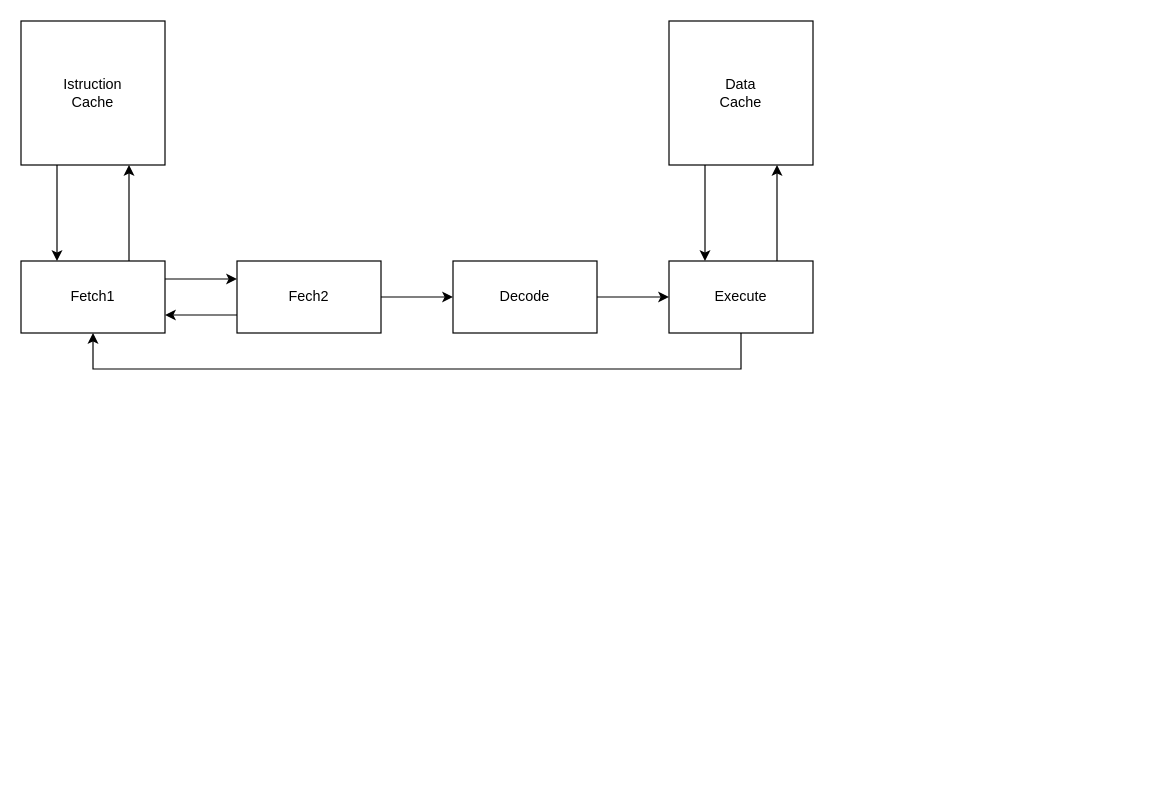
The90Frank/MinorArmAnalyzer keeps this draw.io diagram as Diagrammi/MinorArm.drawio. Above is the earlier version. Source tidied: cells renumbered, new cells numbered last; positions are measured from the earlier drawing's top-left corner, leaving out a move shared by most shapes. Both pictures are drawn from the tidied source at 120%, with x=0, y=0 at pixel (20, 20).
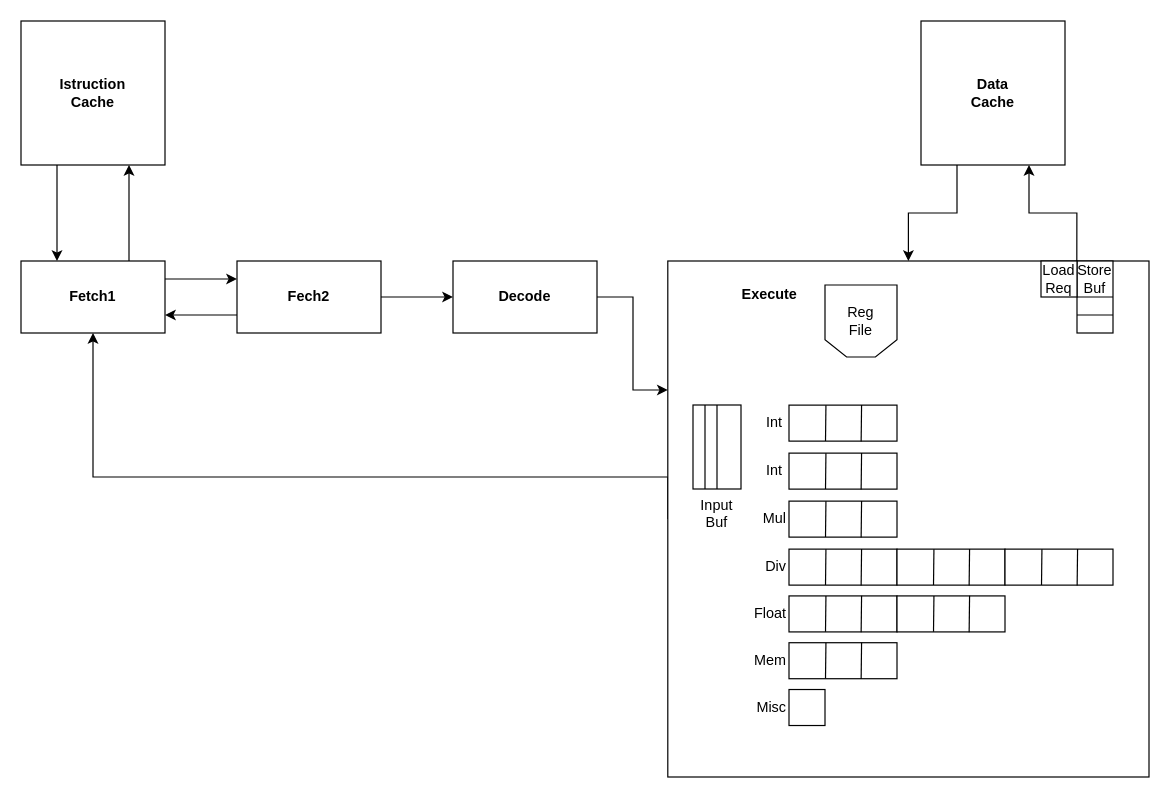
The same diagram, later.

The edit, as a diff of the source:
```diff
@@
-    <mxCell id="2" style="edgeStyle=orthogonalEdgeStyle;rounded=0;jettySize=auto;html=1;exitX=0.25;exitY=1;exitDx=0;exitDy=0;entryX=0.25;entryY=0;entryDx=0;entryDy=0;" parent="1" edge="1" source="3" target="6">
+    <mxCell id="2" style="edgeStyle=orthogonalEdgeStyle;rounded=0;jettySize=auto;html=1;exitX=0.25;exitY=1;exitDx=0;exitDy=0;entryX=0.25;entryY=0;entryDx=0;entryDy=0;fontStyle=1;" parent="1" edge="1" source="3" target="6">
       <mxGeometry relative="1" as="geometry" />
     </mxCell>
-    <mxCell id="3" value="Istruction&lt;br&gt;Cache" style="rounded=0;whiteSpace=wrap;html=1;" parent="1" vertex="1">
+    <mxCell id="3" value="Istruction&lt;br&gt;Cache" style="rounded=0;whiteSpace=wrap;html=1;fontStyle=1;" parent="1" vertex="1">
       <mxGeometry width="120" height="120" as="geometry" />
     </mxCell>
-    <mxCell id="4" style="edgeStyle=orthogonalEdgeStyle;rounded=0;jettySize=auto;html=1;exitX=0.75;exitY=0;exitDx=0;exitDy=0;entryX=0.75;entryY=1;entryDx=0;entryDy=0;" parent="1" edge="1" source="6" target="3">
+    <mxCell id="4" style="edgeStyle=orthogonalEdgeStyle;rounded=0;jettySize=auto;html=1;exitX=0.75;exitY=0;exitDx=0;exitDy=0;entryX=0.75;entryY=1;entryDx=0;entryDy=0;fontStyle=1;" parent="1" edge="1" source="6" target="3">
       <mxGeometry relative="1" as="geometry" />
     </mxCell>
-    <mxCell id="5" style="edgeStyle=orthogonalEdgeStyle;rounded=0;jettySize=auto;html=1;exitX=1;exitY=0.25;exitDx=0;exitDy=0;entryX=0;entryY=0.25;entryDx=0;entryDy=0;" parent="1" edge="1" source="6" target="9">
+    <mxCell id="5" style="edgeStyle=orthogonalEdgeStyle;rounded=0;jettySize=auto;html=1;exitX=1;exitY=0.25;exitDx=0;exitDy=0;entryX=0;entryY=0.25;entryDx=0;entryDy=0;fontStyle=1;" parent="1" edge="1" source="6" target="9">
       <mxGeometry relative="1" as="geometry" />
     </mxCell>
-    <mxCell id="6" value="Fetch1" style="rounded=0;whiteSpace=wrap;html=1;" parent="1" vertex="1">
+    <mxCell id="6" value="Fetch1" style="rounded=0;whiteSpace=wrap;html=1;fontStyle=1;" parent="1" vertex="1">
       <mxGeometry y="200" width="120" height="60" as="geometry" />
     </mxCell>
-    <mxCell id="7" style="edgeStyle=orthogonalEdgeStyle;rounded=0;jettySize=auto;html=1;exitX=0;exitY=0.75;exitDx=0;exitDy=0;entryX=1;entryY=0.75;entryDx=0;entryDy=0;" parent="1" edge="1" source="9" target="6">
+    <mxCell id="7" style="edgeStyle=orthogonalEdgeStyle;rounded=0;jettySize=auto;html=1;exitX=0;exitY=0.75;exitDx=0;exitDy=0;entryX=1;entryY=0.75;entryDx=0;entryDy=0;fontStyle=1;" parent="1" edge="1" source="9" target="6">
       <mxGeometry relative="1" as="geometry" />
     </mxCell>
-    <mxCell id="8" style="edgeStyle=orthogonalEdgeStyle;rounded=0;jettySize=auto;html=1;exitX=1;exitY=0.5;exitDx=0;exitDy=0;entryX=0;entryY=0.5;entryDx=0;entryDy=0;" parent="1" edge="1" source="9" target="11">
+    <mxCell id="8" style="edgeStyle=orthogonalEdgeStyle;rounded=0;jettySize=auto;html=1;exitX=1;exitY=0.5;exitDx=0;exitDy=0;entryX=0;entryY=0.5;entryDx=0;entryDy=0;fontStyle=1;" parent="1" edge="1" source="9" target="11">
       <mxGeometry relative="1" as="geometry" />
     </mxCell>
-    <mxCell id="9" value="Fech2" style="rounded=0;whiteSpace=wrap;html=1;" parent="1" vertex="1">
+    <mxCell id="9" value="Fech2" style="rounded=0;whiteSpace=wrap;html=1;fontStyle=1;" parent="1" vertex="1">
       <mxGeometry x="180" y="200" width="120" height="60" as="geometry" />
     </mxCell>
-    <mxCell id="10" style="edgeStyle=orthogonalEdgeStyle;rounded=0;jettySize=auto;html=1;exitX=1;exitY=0.5;exitDx=0;exitDy=0;entryX=0;entryY=0.5;entryDx=0;entryDy=0;" parent="1" edge="1" source="11" target="14">
-      <mxGeometry relative="1" as="geometry" />
+    <mxCell id="10" style="edgeStyle=orthogonalEdgeStyle;rounded=0;jettySize=auto;html=1;exitX=1;exitY=0.5;exitDx=0;exitDy=0;entryX=0;entryY=0.25;entryDx=0;entryDy=0;" parent="1" edge="1" source="11" target="14">
+      <mxGeometry relative="1" as="geometry">
+        <Array as="points">
+          <mxPoint x="510" y="230" />
+          <mxPoint x="510" y="308" />
+        </Array>
+      </mxGeometry>
     </mxCell>
-    <mxCell id="11" value="Decode" style="rounded=0;whiteSpace=wrap;html=1;" parent="1" vertex="1">
+    <mxCell id="11" value="&lt;span&gt;Decode&lt;/span&gt;" style="rounded=0;whiteSpace=wrap;html=1;fontStyle=1;" parent="1" vertex="1">
       <mxGeometry x="360" y="200" width="120" height="60" as="geometry" />
     </mxCell>
-    <mxCell id="12" style="edgeStyle=orthogonalEdgeStyle;rounded=0;jettySize=auto;html=1;exitX=0.75;exitY=0;exitDx=0;exitDy=0;entryX=0.75;entryY=1;entryDx=0;entryDy=0;" parent="1" edge="1" source="14" target="16">
+    <mxCell id="12" style="edgeStyle=orthogonalEdgeStyle;rounded=0;jettySize=auto;html=1;exitX=0.995;exitY=0.005;exitDx=0;exitDy=0;entryX=0.75;entryY=1;entryDx=0;entryDy=0;exitPerimeter=0;" parent="1" edge="1" source="48" target="16">
       <mxGeometry relative="1" as="geometry" />
     </mxCell>
-    <mxCell id="13" style="edgeStyle=orthogonalEdgeStyle;rounded=0;jettySize=auto;html=1;exitX=0.5;exitY=1;exitDx=0;exitDy=0;entryX=0.5;entryY=1;entryDx=0;entryDy=0;" parent="1" edge="1" source="14" target="6">
+    <mxCell id="13" style="edgeStyle=orthogonalEdgeStyle;rounded=0;jettySize=auto;html=1;entryX=0.5;entryY=1;entryDx=0;entryDy=0;exitX=0;exitY=0.5;exitDx=0;exitDy=0;" parent="1" edge="1" source="14" target="6">
       <mxGeometry relative="1" as="geometry">
         <Array as="points">
-          <mxPoint x="600" y="290" />
-          <mxPoint x="60" y="290" />
+          <mxPoint x="60" y="380" />
         </Array>
       </mxGeometry>
     </mxCell>
-    <mxCell id="14" value="Execute" style="rounded=0;whiteSpace=wrap;html=1;" parent="1" vertex="1">
-      <mxGeometry x="540" y="200" width="120" height="60" as="geometry" />
+    <mxCell id="14" value="&amp;nbsp; &amp;nbsp; &amp;nbsp; &amp;nbsp; &amp;nbsp; &lt;br&gt;&amp;nbsp; &amp;nbsp; &amp;nbsp; &amp;nbsp; &amp;nbsp; &amp;nbsp; &amp;nbsp; &amp;nbsp; &amp;nbsp; &lt;b&gt;Execute&lt;/b&gt;" style="rounded=0;whiteSpace=wrap;html=1;verticalAlign=top;labelPosition=center;verticalLabelPosition=middle;align=left;" parent="1" vertex="1">
+      <mxGeometry x="539" y="200" width="401" height="430" as="geometry" />
     </mxCell>
-    <mxCell id="15" style="edgeStyle=orthogonalEdgeStyle;rounded=0;jettySize=auto;html=1;exitX=0.25;exitY=1;exitDx=0;exitDy=0;entryX=0.25;entryY=0;entryDx=0;entryDy=0;" parent="1" edge="1" source="16" target="14">
+    <mxCell id="15" style="edgeStyle=orthogonalEdgeStyle;rounded=0;jettySize=auto;html=1;exitX=0.25;exitY=1;exitDx=0;exitDy=0;entryX=0.5;entryY=0;entryDx=0;entryDy=0;" parent="1" edge="1" source="16" target="14">
       <mxGeometry relative="1" as="geometry" />
     </mxCell>
-    <mxCell id="16" value="Data&lt;br&gt;Cache" style="rounded=0;whiteSpace=wrap;html=1;" parent="1" vertex="1">
-      <mxGeometry x="540" width="120" height="120" as="geometry" />
+    <mxCell id="16" value="Data&lt;br&gt;Cache" style="rounded=0;whiteSpace=wrap;html=1;fontStyle=1;" parent="1" vertex="1">
+      <mxGeometry x="750" width="120" height="120" as="geometry" />
     </mxCell>
+    <mxCell id="17" value="Int&amp;nbsp;" style="rounded=0;whiteSpace=wrap;html=1;align=right;labelPosition=left;verticalLabelPosition=middle;verticalAlign=middle;" parent="1" vertex="1">
+      <mxGeometry x="640" y="320.1" width="90" height="30" as="geometry" />
+    </mxCell>
+    <mxCell id="18" style="endArrow=none;html=1;exitX=0.338;exitY=0.997;exitDx=0;exitDy=0;exitPerimeter=0;entryX=0.342;entryY=0.003;entryDx=0;entryDy=0;entryPerimeter=0;" parent="1" edge="1" source="17" target="17">
+      <mxGeometry relative="1" as="geometry" />
+    </mxCell>
+    <mxCell id="19" style="endArrow=none;html=1;exitX=0.668;exitY=1.01;exitDx=0;exitDy=0;exitPerimeter=0;entryX=0.672;entryY=-0.003;entryDx=0;entryDy=0;entryPerimeter=0;" parent="1" edge="1" source="17" target="17">
+      <mxGeometry relative="1" as="geometry" />
+    </mxCell>
+    <mxCell id="20" value="Int&amp;nbsp;" style="rounded=0;whiteSpace=wrap;html=1;align=right;labelPosition=left;verticalLabelPosition=middle;verticalAlign=middle;" parent="1" vertex="1">
+      <mxGeometry x="640" y="360.1" width="90" height="30" as="geometry" />
+    </mxCell>
+    <mxCell id="21" style="endArrow=none;html=1;exitX=0.338;exitY=0.997;exitDx=0;exitDy=0;exitPerimeter=0;entryX=0.342;entryY=0.003;entryDx=0;entryDy=0;entryPerimeter=0;" parent="1" edge="1" source="20" target="20">
+      <mxGeometry relative="1" as="geometry" />
+    </mxCell>
+    <mxCell id="22" style="endArrow=none;html=1;exitX=0.668;exitY=1.01;exitDx=0;exitDy=0;exitPerimeter=0;entryX=0.672;entryY=-0.003;entryDx=0;entryDy=0;entryPerimeter=0;" parent="1" edge="1" source="20" target="20">
+      <mxGeometry relative="1" as="geometry" />
+    </mxCell>
+    <mxCell id="23" value="Mul" style="rounded=0;whiteSpace=wrap;html=1;align=right;labelPosition=left;verticalLabelPosition=middle;verticalAlign=middle;" parent="1" vertex="1">
+      <mxGeometry x="640" y="400.1" width="90" height="30" as="geometry" />
+    </mxCell>
+    <mxCell id="24" style="endArrow=none;html=1;exitX=0.338;exitY=0.997;exitDx=0;exitDy=0;exitPerimeter=0;entryX=0.342;entryY=0.003;entryDx=0;entryDy=0;entryPerimeter=0;" parent="1" edge="1" source="23" target="23">
+      <mxGeometry relative="1" as="geometry" />
+    </mxCell>
+    <mxCell id="25" style="endArrow=none;html=1;exitX=0.668;exitY=1.01;exitDx=0;exitDy=0;exitPerimeter=0;entryX=0.672;entryY=-0.003;entryDx=0;entryDy=0;entryPerimeter=0;" parent="1" edge="1" source="23" target="23">
+      <mxGeometry relative="1" as="geometry" />
+    </mxCell>
+    <mxCell id="26" value="Div" style="rounded=0;whiteSpace=wrap;html=1;align=right;labelPosition=left;verticalLabelPosition=middle;verticalAlign=middle;" parent="1" vertex="1">
+      <mxGeometry x="640" y="440.1" width="90" height="30" as="geometry" />
+    </mxCell>
+    <mxCell id="27" style="endArrow=none;html=1;exitX=0.338;exitY=0.997;exitDx=0;exitDy=0;exitPerimeter=0;entryX=0.342;entryY=0.003;entryDx=0;entryDy=0;entryPerimeter=0;" parent="1" edge="1" source="26" target="26">
+      <mxGeometry relative="1" as="geometry" />
+    </mxCell>
+    <mxCell id="28" style="endArrow=none;html=1;exitX=0.668;exitY=1.01;exitDx=0;exitDy=0;exitPerimeter=0;entryX=0.672;entryY=-0.003;entryDx=0;entryDy=0;entryPerimeter=0;" parent="1" edge="1" source="26" target="26">
+      <mxGeometry relative="1" as="geometry" />
+    </mxCell>
+    <mxCell id="29" style="rounded=0;whiteSpace=wrap;html=1;align=right;labelPosition=left;verticalLabelPosition=middle;verticalAlign=middle;" parent="1" vertex="1">
+      <mxGeometry x="730" y="440.1" width="90" height="30" as="geometry" />
+    </mxCell>
+    <mxCell id="30" style="endArrow=none;html=1;exitX=0.338;exitY=0.997;exitDx=0;exitDy=0;exitPerimeter=0;entryX=0.342;entryY=0.003;entryDx=0;entryDy=0;entryPerimeter=0;" parent="1" edge="1" source="29" target="29">
+      <mxGeometry relative="1" as="geometry" />
+    </mxCell>
+    <mxCell id="31" style="endArrow=none;html=1;exitX=0.668;exitY=1.01;exitDx=0;exitDy=0;exitPerimeter=0;entryX=0.672;entryY=-0.003;entryDx=0;entryDy=0;entryPerimeter=0;" parent="1" edge="1" source="29" target="29">
+      <mxGeometry relative="1" as="geometry" />
+    </mxCell>
+    <mxCell id="32" style="rounded=0;whiteSpace=wrap;html=1;align=right;labelPosition=left;verticalLabelPosition=middle;verticalAlign=middle;" parent="1" vertex="1">
+      <mxGeometry x="820" y="440.1" width="90" height="30" as="geometry" />
+    </mxCell>
+    <mxCell id="33" style="endArrow=none;html=1;exitX=0.338;exitY=0.997;exitDx=0;exitDy=0;exitPerimeter=0;entryX=0.342;entryY=0.003;entryDx=0;entryDy=0;entryPerimeter=0;" parent="1" edge="1" source="32" target="32">
+      <mxGeometry relative="1" as="geometry" />
+    </mxCell>
+    <mxCell id="34" style="endArrow=none;html=1;exitX=0.668;exitY=1.01;exitDx=0;exitDy=0;exitPerimeter=0;entryX=0.672;entryY=-0.003;entryDx=0;entryDy=0;entryPerimeter=0;" parent="1" edge="1" source="32" target="32">
+      <mxGeometry relative="1" as="geometry" />
+    </mxCell>
+    <mxCell id="35" value="Float" style="rounded=0;whiteSpace=wrap;html=1;align=right;labelPosition=left;verticalLabelPosition=middle;verticalAlign=middle;" parent="1" vertex="1">
+      <mxGeometry x="640" y="479.1" width="90" height="30" as="geometry" />
+    </mxCell>
+    <mxCell id="36" style="endArrow=none;html=1;exitX=0.338;exitY=0.997;exitDx=0;exitDy=0;exitPerimeter=0;entryX=0.342;entryY=0.003;entryDx=0;entryDy=0;entryPerimeter=0;" parent="1" edge="1" source="35" target="35">
+      <mxGeometry relative="1" as="geometry" />
+    </mxCell>
+    <mxCell id="37" style="endArrow=none;html=1;exitX=0.668;exitY=1.01;exitDx=0;exitDy=0;exitPerimeter=0;entryX=0.672;entryY=-0.003;entryDx=0;entryDy=0;entryPerimeter=0;" parent="1" edge="1" source="35" target="35">
+      <mxGeometry relative="1" as="geometry" />
+    </mxCell>
+    <mxCell id="38" style="rounded=0;whiteSpace=wrap;html=1;align=right;labelPosition=left;verticalLabelPosition=middle;verticalAlign=middle;" parent="1" vertex="1">
+      <mxGeometry x="730" y="479.1" width="90" height="30" as="geometry" />
+    </mxCell>
+    <mxCell id="39" style="endArrow=none;html=1;exitX=0.338;exitY=0.997;exitDx=0;exitDy=0;exitPerimeter=0;entryX=0.342;entryY=0.003;entryDx=0;entryDy=0;entryPerimeter=0;" parent="1" edge="1" source="38" target="38">
+      <mxGeometry relative="1" as="geometry" />
+    </mxCell>
+    <mxCell id="40" style="endArrow=none;html=1;exitX=0.668;exitY=1.01;exitDx=0;exitDy=0;exitPerimeter=0;entryX=0.672;entryY=-0.003;entryDx=0;entryDy=0;entryPerimeter=0;" parent="1" edge="1" source="38" target="38">
+      <mxGeometry relative="1" as="geometry" />
+    </mxCell>
+    <mxCell id="41" value="Mem" style="rounded=0;whiteSpace=wrap;html=1;align=right;labelPosition=left;verticalLabelPosition=middle;verticalAlign=middle;" parent="1" vertex="1">
+      <mxGeometry x="640" y="518.1" width="90" height="30" as="geometry" />
+    </mxCell>
+    <mxCell id="42" style="endArrow=none;html=1;exitX=0.338;exitY=0.997;exitDx=0;exitDy=0;exitPerimeter=0;entryX=0.342;entryY=0.003;entryDx=0;entryDy=0;entryPerimeter=0;" parent="1" edge="1" source="41" target="41">
+      <mxGeometry relative="1" as="geometry" />
+    </mxCell>
+    <mxCell id="43" style="endArrow=none;html=1;exitX=0.668;exitY=1.01;exitDx=0;exitDy=0;exitPerimeter=0;entryX=0.672;entryY=-0.003;entryDx=0;entryDy=0;entryPerimeter=0;" parent="1" edge="1" source="41" target="41">
+      <mxGeometry relative="1" as="geometry" />
+    </mxCell>
+    <mxCell id="44" value="Misc" style="rounded=0;whiteSpace=wrap;html=1;align=right;labelPosition=left;verticalLabelPosition=middle;verticalAlign=middle;" parent="1" vertex="1">
+      <mxGeometry x="640" y="557.1" width="30" height="30" as="geometry" />
+    </mxCell>
+    <mxCell id="45" style="rounded=0;whiteSpace=wrap;html=1;align=left;verticalAlign=top;labelPosition=right;verticalLabelPosition=middle;" parent="1" vertex="1">
+      <mxGeometry x="880" y="200" width="30" height="60" as="geometry" />
+    </mxCell>
+    <mxCell id="46" style="endArrow=none;html=1;entryX=0;entryY=0.5;entryDx=0;entryDy=0;exitX=1;exitY=0.5;exitDx=0;exitDy=0;" parent="1" edge="1" source="45" target="45">
+      <mxGeometry relative="1" as="geometry" />
+    </mxCell>
+    <mxCell id="47" style="endArrow=none;html=1;entryX=0;entryY=0.75;entryDx=0;entryDy=0;exitX=1;exitY=0.75;exitDx=0;exitDy=0;" parent="1" edge="1" source="45" target="45">
+      <mxGeometry relative="1" as="geometry" />
+    </mxCell>
+    <mxCell id="48" value="Load&lt;br&gt;Req" style="rounded=0;whiteSpace=wrap;html=1;align=center;labelPosition=center;verticalLabelPosition=middle;verticalAlign=middle;" parent="1" vertex="1">
+      <mxGeometry x="850" y="200" width="30" height="30" as="geometry" />
+    </mxCell>
+    <mxCell id="49" value="Store&lt;br&gt;Buf" style="text;html=1;strokeColor=none;fillColor=none;align=center;verticalAlign=middle;whiteSpace=wrap;rounded=0;" parent="1" vertex="1">
+      <mxGeometry x="880" y="200" width="30" height="30" as="geometry" />
+    </mxCell>
+    <mxCell id="50" value="Input Buf" style="rounded=0;whiteSpace=wrap;html=1;align=center;labelPosition=center;verticalLabelPosition=bottom;verticalAlign=top;" parent="1" vertex="1">
+      <mxGeometry x="560" y="320" width="40" height="70" as="geometry" />
+    </mxCell>
+    <mxCell id="51" style="endArrow=none;html=1;entryX=0.5;entryY=0;entryDx=0;entryDy=0;exitX=0.5;exitY=1;exitDx=0;exitDy=0;" parent="1" edge="1" source="50" target="50">
+      <mxGeometry relative="1" as="geometry" />
+    </mxCell>
+    <mxCell id="52" style="endArrow=none;html=1;entryX=0.25;entryY=0;entryDx=0;entryDy=0;exitX=0.25;exitY=1;exitDx=0;exitDy=0;" parent="1" edge="1" source="50" target="50">
+      <mxGeometry relative="1" as="geometry" />
+    </mxCell>
+    <mxCell id="53" style="shape=loopLimit;whiteSpace=wrap;html=1;align=left;rotation=180;size=18;" parent="1" vertex="1">
+      <mxGeometry x="670" y="220" width="60" height="60" as="geometry" />
+    </mxCell>
+    <mxCell id="54" value="Reg&lt;br&gt;File" style="text;html=1;strokeColor=none;fillColor=none;align=center;verticalAlign=middle;whiteSpace=wrap;rounded=0;" parent="1" vertex="1">
+      <mxGeometry x="680" y="240" width="40" height="20" as="geometry" />
+    </mxCell>
```
